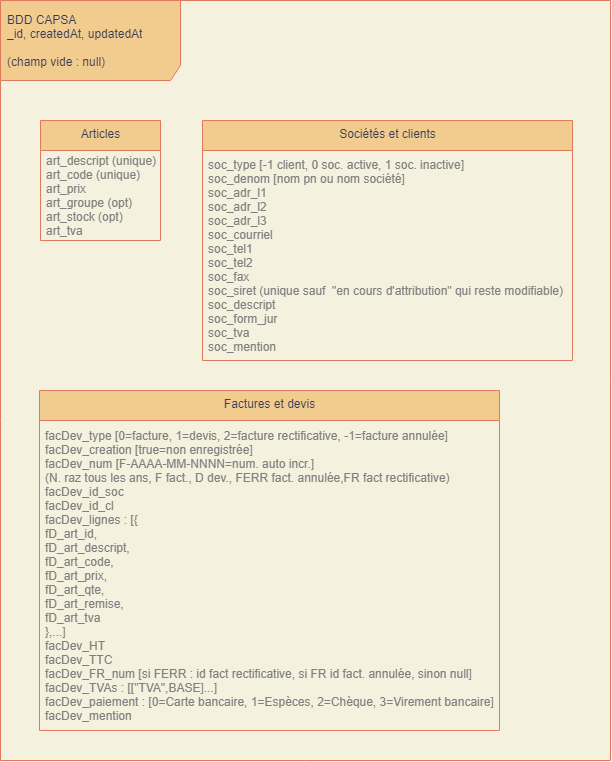
Before: spec/BDD.png, a diagram exported from draw.io (Lob2018/Capsa). Source tidied: cells renumbered, new cells last; positions are measured from the earlier drawing's top-left corner, leaving out a move shared by most shapes.
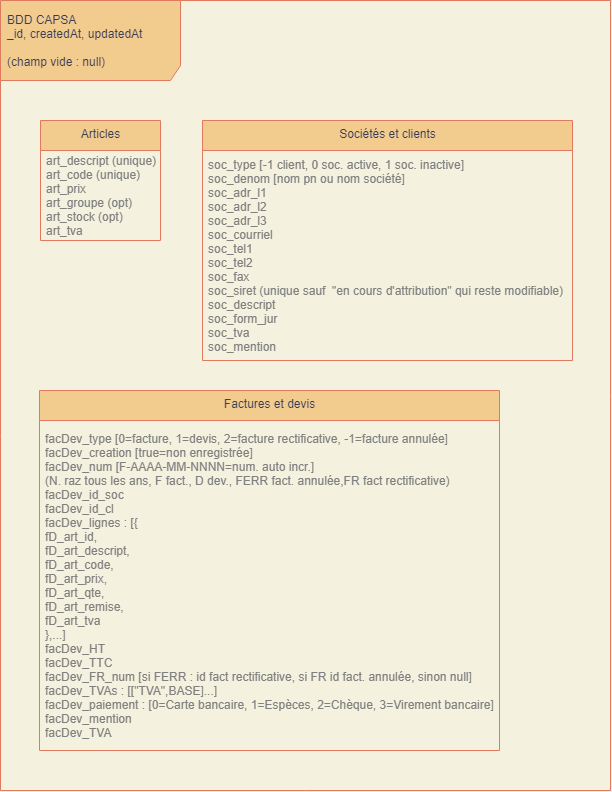
Later version of the same file.

Commit message:
Fix - TVA de la société pour ses factures/devis existants

Change to the diagram source:
```diff
@@ -3,7 +3,7 @@
     <mxCell id="0" />
     <mxCell id="1" parent="0" />
     <mxCell id="2" value="&lt;div&gt;BDD CAPSA&lt;/div&gt;&lt;div&gt;_id, createdAt, updatedAt&lt;br&gt;&lt;/div&gt;&lt;div&gt;&lt;br&gt;(champ vide : null)&lt;/div&gt;" style="shape=umlFrame;whiteSpace=wrap;html=1;width=180;height=80;boundedLbl=1;verticalAlign=middle;align=left;spacingLeft=5;rounded=0;sketch=0;strokeColor=#E07A5F;fillColor=#F2CC8F;fontColor=#393C56;" parent="1" vertex="1">
-      <mxGeometry width="610" height="760" as="geometry" />
+      <mxGeometry width="610" height="790" as="geometry" />
     </mxCell>
     <mxCell id="3" value="Articles" style="swimlane;fontStyle=0;align=center;verticalAlign=top;horizontal=1;startSize=30;html=1;rounded=0;sketch=0;strokeColor=#E07A5F;fillColor=#F2CC8F;fontColor=#393C56;" parent="1" vertex="1">
       <mxGeometry x="40" y="120" width="120" height="120" as="geometry" />
@@ -18,10 +18,10 @@
       <mxGeometry y="30" width="370" height="210" as="geometry" />
     </mxCell>
     <mxCell id="7" value="Factures et devis" style="swimlane;fontStyle=0;align=center;verticalAlign=top;horizontal=1;startSize=30;html=1;rounded=0;sketch=0;strokeColor=#E07A5F;fillColor=#F2CC8F;fontColor=#393C56;" parent="1" vertex="1">
-      <mxGeometry x="39" y="390" width="460" height="340" as="geometry" />
+      <mxGeometry x="39" y="390" width="460" height="360" as="geometry" />
     </mxCell>
-    <mxCell id="8" value="&lt;div&gt;facDev_type [0=facture, 1=devis, 2=facture rectificative, -1=facture annulée]&lt;/div&gt;&lt;div&gt;facDev_creation [true=non enregistrée]&lt;/div&gt;&lt;div&gt;facDev_num [F-AAAA-MM-NNNN=num. auto incr.]&lt;/div&gt;&lt;div&gt;(N. raz tous les ans, F fact., D dev., FERR fact. annulée,FR fact rectificative)&lt;/div&gt;&lt;div&gt;facDev_id_soc&lt;/div&gt;&lt;div&gt;facDev_id_cl&lt;/div&gt;&lt;div&gt;facDev_lignes : [{&lt;/div&gt;&lt;div&gt;&lt;span&gt;&#9;&lt;/span&gt;fD_art_id,&lt;/div&gt;&lt;div&gt;&lt;span&gt;&#9;&lt;/span&gt;fD_art_descript,&lt;/div&gt;&lt;div&gt;&lt;span&gt;&#9;&lt;/span&gt;fD_art_code,&lt;/div&gt;&lt;div&gt;&lt;span&gt;&#9;&lt;/span&gt;fD_art_prix,&lt;/div&gt;&lt;div&gt;&lt;span&gt;&#9;&lt;/span&gt;fD_art_qte,&lt;/div&gt;&lt;div&gt;&lt;span&gt;&#9;&lt;/span&gt;fD_art_remise,&lt;/div&gt;&lt;div&gt;&lt;span&gt;&#9;&lt;/span&gt;fD_art_tva&lt;/div&gt;&lt;div&gt;&lt;span&gt;&#9;&lt;/span&gt;},...]&lt;/div&gt;&lt;div&gt;facDev_HT&lt;/div&gt;&lt;div&gt;facDev_TTC&lt;/div&gt;&lt;div&gt;facDev_FR_num [si FERR : id fact rectificative, si FR id fact. annulée, sinon null]&amp;nbsp;&lt;/div&gt;&lt;div&gt;facDev_TVAs : [[&quot;TVA&quot;,BASE]...]&lt;br&gt;facDev_paiement : [0=Carte bancaire, 1=Espèces, 2=Chèque, 3=Virement bancaire]&lt;/div&gt;&lt;div&gt;facDev_mention&lt;/div&gt;" style="text;html=1;strokeColor=none;fillColor=none;align=left;verticalAlign=middle;spacingLeft=4;spacingRight=4;overflow=hidden;fontColor=#808080;" parent="7" vertex="1">
-      <mxGeometry y="30" width="460" height="310" as="geometry" />
+    <mxCell id="8" value="&lt;div&gt;facDev_type [0=facture, 1=devis, 2=facture rectificative, -1=facture annulée]&lt;/div&gt;&lt;div&gt;facDev_creation [true=non enregistrée]&lt;/div&gt;&lt;div&gt;facDev_num [F-AAAA-MM-NNNN=num. auto incr.]&lt;/div&gt;&lt;div&gt;(N. raz tous les ans, F fact., D dev., FERR fact. annulée,FR fact rectificative)&lt;/div&gt;&lt;div&gt;facDev_id_soc&lt;/div&gt;&lt;div&gt;facDev_id_cl&lt;/div&gt;&lt;div&gt;facDev_lignes : [{&lt;/div&gt;&lt;div&gt;&lt;span&gt;&#9;&lt;/span&gt;fD_art_id,&lt;/div&gt;&lt;div&gt;&lt;span&gt;&#9;&lt;/span&gt;fD_art_descript,&lt;/div&gt;&lt;div&gt;&lt;span&gt;&#9;&lt;/span&gt;fD_art_code,&lt;/div&gt;&lt;div&gt;&lt;span&gt;&#9;&lt;/span&gt;fD_art_prix,&lt;/div&gt;&lt;div&gt;&lt;span&gt;&#9;&lt;/span&gt;fD_art_qte,&lt;/div&gt;&lt;div&gt;&lt;span&gt;&#9;&lt;/span&gt;fD_art_remise,&lt;/div&gt;&lt;div&gt;&lt;span&gt;&#9;&lt;/span&gt;fD_art_tva&lt;/div&gt;&lt;div&gt;&lt;span&gt;&#9;&lt;/span&gt;},...]&lt;/div&gt;&lt;div&gt;facDev_HT&lt;/div&gt;&lt;div&gt;facDev_TTC&lt;/div&gt;&lt;div&gt;facDev_FR_num [si FERR : id fact rectificative, si FR id fact. annulée, sinon null]&amp;nbsp;&lt;/div&gt;&lt;div&gt;facDev_TVAs : [[&quot;TVA&quot;,BASE]...]&lt;br&gt;facDev_paiement : [0=Carte bancaire, 1=Espèces, 2=Chèque, 3=Virement bancaire]&lt;/div&gt;&lt;div&gt;facDev_mention&lt;/div&gt;&lt;div&gt;facDev_TVA&lt;/div&gt;" style="text;html=1;strokeColor=none;fillColor=none;align=left;verticalAlign=middle;spacingLeft=4;spacingRight=4;overflow=hidden;fontColor=#808080;" parent="7" vertex="1">
+      <mxGeometry y="30" width="460" height="330" as="geometry" />
     </mxCell>
   </root>
 </mxGraphModel>
```
